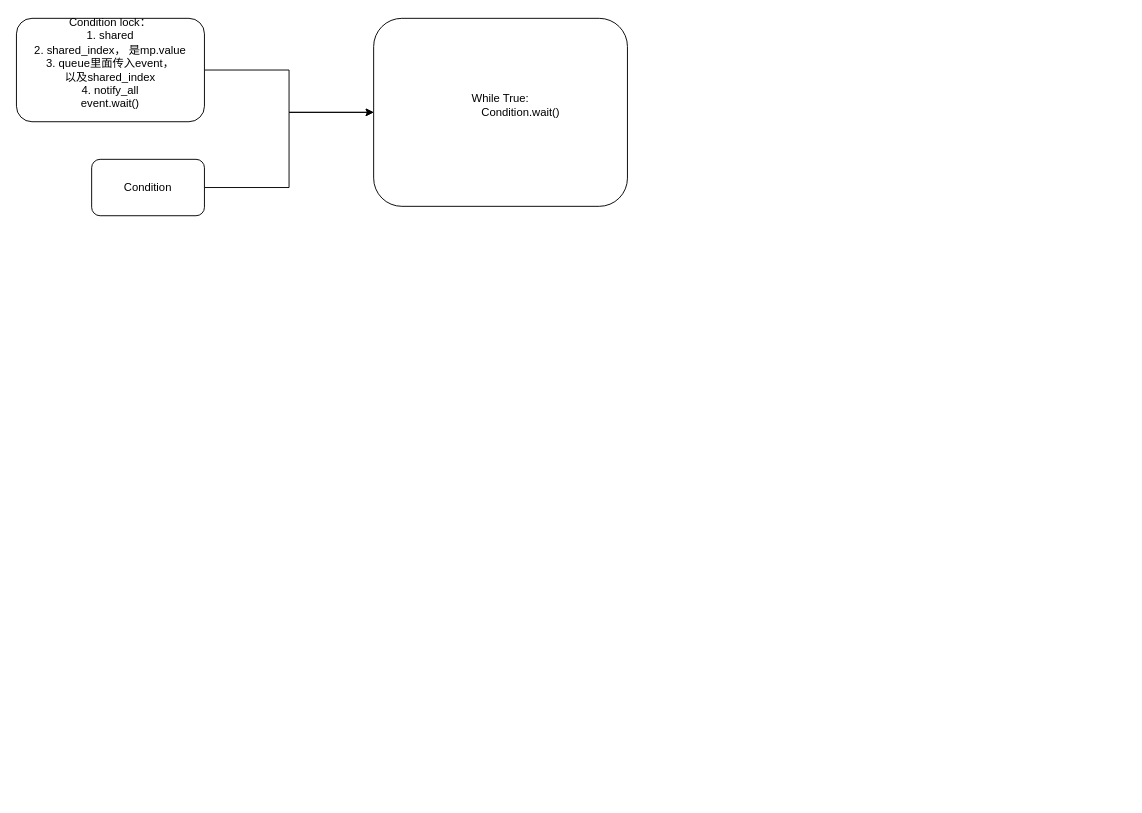
Above: 未命名绘图.drawio in yimi-code/myrepo (draw.io), before the change. Source tidied: cells renumbered, new cells numbered last; positions are measured from the earlier drawing's top-left corner, leaving out a move shared by most shapes. Both pictures are drawn from the tidied source at 94%, with x=0, y=0 at pixel (16, 18).
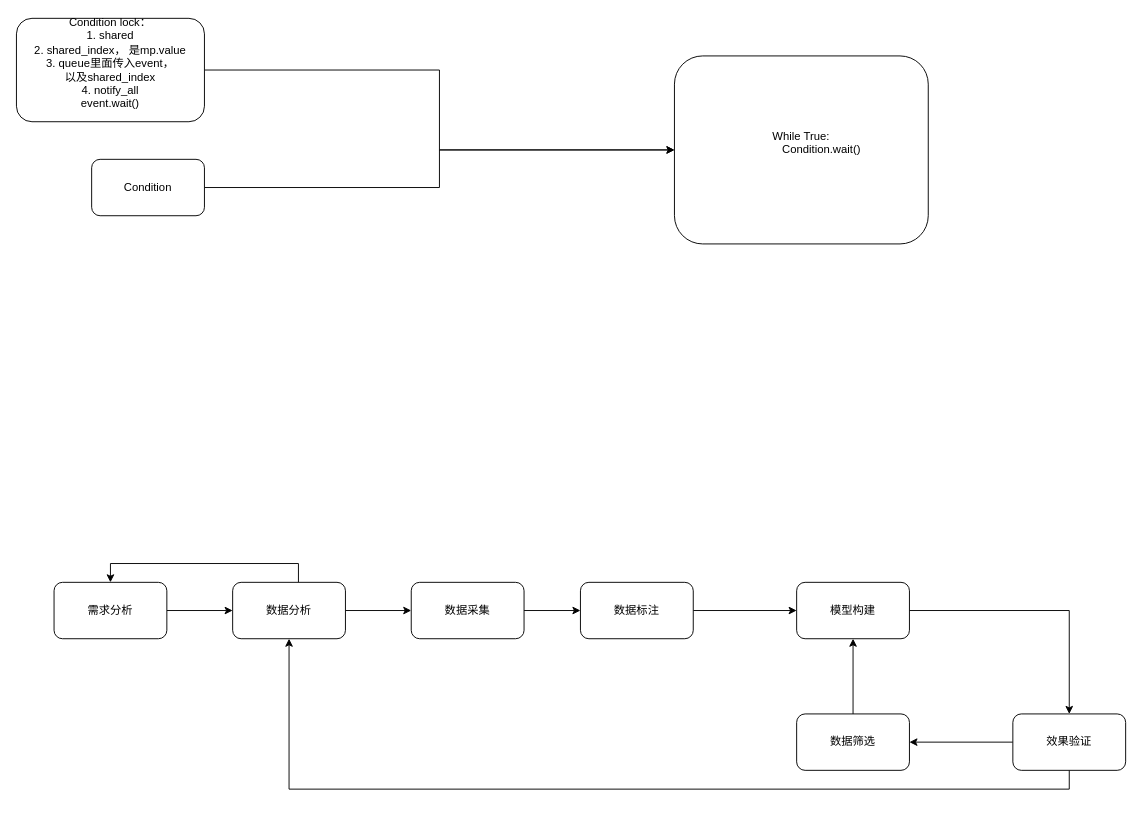
Above is the later version.

Commit message:
更新未命名绘图.drawio

What changed in the source:
```diff
@@
     <mxCell id="2" value="&lt;div&gt;While True:&lt;/div&gt;&lt;span style=&quot;white-space: pre;&quot;&gt;&#9;&lt;/span&gt;&amp;nbsp; &amp;nbsp; &amp;nbsp;Condition.wait()&lt;div&gt;&lt;br&gt;&lt;/div&gt;" style="rounded=1;whiteSpace=wrap;html=1;" parent="1" vertex="1">
-      <mxGeometry x="380" width="270" height="200" as="geometry" />
+      <mxGeometry x="700" y="40" width="270" height="200" as="geometry" />
     </mxCell>
@@
+    <mxCell id="7" style="edgeStyle=orthogonalEdgeStyle;rounded=0;jettySize=auto;html=1;entryX=0;entryY=0.5;entryDx=0;entryDy=0;" parent="1" edge="1" source="8" target="12">
+      <mxGeometry relative="1" as="geometry" />
+    </mxCell>
+    <mxCell id="8" value="数据采集" style="rounded=1;whiteSpace=wrap;html=1;" parent="1" vertex="1">
+      <mxGeometry x="420" y="600" width="120" height="60" as="geometry" />
+    </mxCell>
+    <mxCell id="9" style="edgeStyle=orthogonalEdgeStyle;rounded=0;jettySize=auto;html=1;entryX=0.5;entryY=1;entryDx=0;entryDy=0;" parent="1" edge="1" source="10" target="19">
+      <mxGeometry relative="1" as="geometry" />
+    </mxCell>
+    <mxCell id="10" value="数据筛选" style="rounded=1;whiteSpace=wrap;html=1;" parent="1" vertex="1">
+      <mxGeometry x="830" y="740" width="120" height="60" as="geometry" />
+    </mxCell>
+    <mxCell id="11" style="edgeStyle=orthogonalEdgeStyle;rounded=0;jettySize=auto;html=1;entryX=0;entryY=0.5;entryDx=0;entryDy=0;" parent="1" edge="1" source="12" target="19">
+      <mxGeometry relative="1" as="geometry" />
+    </mxCell>
+    <mxCell id="12" value="数据标注" style="rounded=1;whiteSpace=wrap;html=1;" parent="1" vertex="1">
+      <mxGeometry x="600" y="600" width="120" height="60" as="geometry" />
+    </mxCell>
+    <mxCell id="13" style="edgeStyle=orthogonalEdgeStyle;rounded=0;jettySize=auto;html=1;" parent="1" edge="1" source="14" target="17">
+      <mxGeometry relative="1" as="geometry" />
+    </mxCell>
+    <mxCell id="14" value="需求分析" style="rounded=1;whiteSpace=wrap;html=1;" parent="1" vertex="1">
+      <mxGeometry x="40" y="600" width="120" height="60" as="geometry" />
+    </mxCell>
+    <mxCell id="15" style="edgeStyle=orthogonalEdgeStyle;rounded=0;jettySize=auto;html=1;entryX=0.5;entryY=0;entryDx=0;entryDy=0;" parent="1" edge="1" source="17" target="14">
+      <mxGeometry relative="1" as="geometry">
+        <Array as="points">
+          <mxPoint x="300" y="580" />
+          <mxPoint x="100" y="580" />
+        </Array>
+      </mxGeometry>
+    </mxCell>
+    <mxCell id="16" style="edgeStyle=orthogonalEdgeStyle;rounded=0;jettySize=auto;html=1;" parent="1" edge="1" source="17" target="8">
+      <mxGeometry relative="1" as="geometry" />
+    </mxCell>
+    <mxCell id="17" value="数据分析" style="rounded=1;whiteSpace=wrap;html=1;" parent="1" vertex="1">
+      <mxGeometry x="230" y="600" width="120" height="60" as="geometry" />
+    </mxCell>
+    <mxCell id="18" style="edgeStyle=orthogonalEdgeStyle;rounded=0;jettySize=auto;html=1;entryX=0.5;entryY=0;entryDx=0;entryDy=0;" parent="1" edge="1" source="19" target="22">
+      <mxGeometry relative="1" as="geometry" />
+    </mxCell>
+    <mxCell id="19" value="模型构建" style="rounded=1;whiteSpace=wrap;html=1;" parent="1" vertex="1">
+      <mxGeometry x="830" y="600" width="120" height="60" as="geometry" />
+    </mxCell>
+    <mxCell id="20" style="edgeStyle=orthogonalEdgeStyle;rounded=0;jettySize=auto;html=1;" parent="1" edge="1" source="22" target="10">
+      <mxGeometry relative="1" as="geometry" />
+    </mxCell>
+    <mxCell id="21" style="edgeStyle=orthogonalEdgeStyle;rounded=0;jettySize=auto;html=1;entryX=0.5;entryY=1;entryDx=0;entryDy=0;exitX=0.5;exitY=1;exitDx=0;exitDy=0;" parent="1" edge="1" source="22" target="17">
+      <mxGeometry relative="1" as="geometry" />
+    </mxCell>
+    <mxCell id="22" value="效果验证" style="rounded=1;whiteSpace=wrap;html=1;" parent="1" vertex="1">
+      <mxGeometry x="1060" y="740" width="120" height="60" as="geometry" />
+    </mxCell>
```
